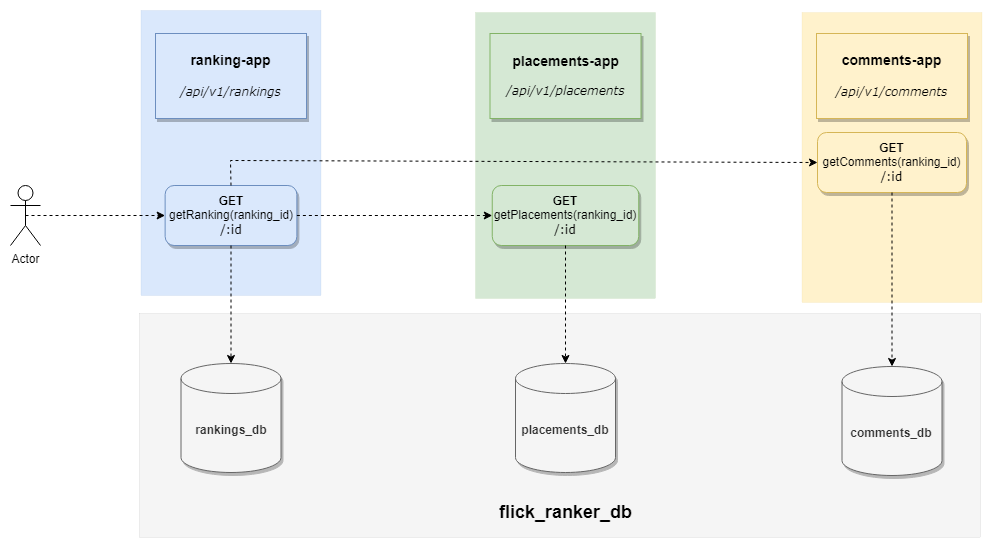
Before: docs/retrieving-ranking-diagram.png, a diagram exported from draw.io (lukaszmichalik/flick-ranker). Source tidied: cells renumbered, new cells last; positions are measured from the earlier drawing's top-left corner, leaving out a move shared by most shapes.
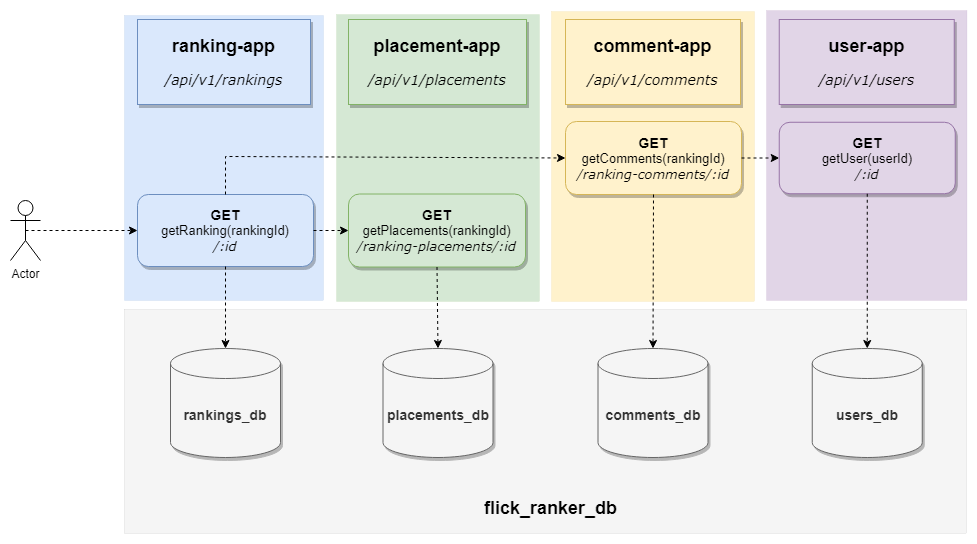
The same file after the commit.

The edit, as a diff of the source:
```diff
@@ -2,61 +2,79 @@
   <root>
     <mxCell id="0" />
     <mxCell id="1" parent="0" />
+    <mxCell id="23" style="rounded=0;whiteSpace=wrap;html=1;fillColor=#e1d5e7;strokeColor=#9673a6;strokeWidth=0;" parent="1" vertex="1">
+      <mxGeometry x="771" y="4" width="200.5" height="290" as="geometry" />
+    </mxCell>
     <mxCell id="2" style="rounded=0;whiteSpace=wrap;html=1;fillColor=#f5f5f5;strokeColor=#666666;strokeWidth=0;fontColor=#333333;" parent="1" vertex="1">
-      <mxGeometry x="129" y="303" width="841" height="224" as="geometry" />
+      <mxGeometry x="129" y="303" width="842" height="224" as="geometry" />
     </mxCell>
     <mxCell id="3" style="rounded=0;whiteSpace=wrap;html=1;fillColor=#fff2cc;strokeColor=#d6b656;strokeWidth=0;" parent="1" vertex="1">
-      <mxGeometry x="791.5" y="2" width="180" height="290" as="geometry" />
+      <mxGeometry x="556" y="5" width="203" height="290" as="geometry" />
     </mxCell>
     <mxCell id="4" style="rounded=0;whiteSpace=wrap;html=1;fillColor=#d5e8d4;strokeColor=#82b366;strokeWidth=0;" parent="1" vertex="1">
-      <mxGeometry x="465" y="2" width="180" height="286" as="geometry" />
+      <mxGeometry x="341" y="8" width="203" height="287" as="geometry" />
     </mxCell>
     <mxCell id="5" style="rounded=0;whiteSpace=wrap;html=1;fillColor=#dae8fc;strokeColor=#6c8ebf;strokeWidth=0;" parent="1" vertex="1">
-      <mxGeometry x="130.5" width="180" height="285" as="geometry" />
+      <mxGeometry x="129" y="9" width="199" height="285" as="geometry" />
     </mxCell>
-    <mxCell id="6" value="&lt;font style=&quot;&quot;&gt;&lt;font style=&quot;font-size: 14px;&quot;&gt;&lt;b&gt;ranking-app&lt;br&gt;&lt;/b&gt;&lt;br&gt;&lt;/font&gt;&lt;font face=&quot;Verdana&quot; style=&quot;font-size: 12px;&quot;&gt;&lt;i&gt;/api/v1/rankings&lt;/i&gt;&lt;/font&gt;&lt;br&gt;&lt;/font&gt;" style="rounded=0;whiteSpace=wrap;html=1;fillColor=#dae8fc;shadow=1;glass=0;strokeColor=#6c8ebf;" parent="1" vertex="1">
-      <mxGeometry x="145" y="23" width="151" height="85" as="geometry" />
+    <mxCell id="6" value="&lt;font style=&quot;&quot;&gt;&lt;font style=&quot;&quot;&gt;&lt;b style=&quot;&quot;&gt;&lt;font style=&quot;font-size: 18px;&quot;&gt;ranking-app&lt;/font&gt;&lt;br&gt;&lt;/b&gt;&lt;br&gt;&lt;/font&gt;&lt;font face=&quot;Verdana&quot; style=&quot;font-size: 14px;&quot;&gt;&lt;i style=&quot;&quot;&gt;/api/v1/rankings&lt;/i&gt;&lt;/font&gt;&lt;br&gt;&lt;/font&gt;" style="rounded=0;whiteSpace=wrap;html=1;fillColor=#dae8fc;shadow=1;glass=0;strokeColor=#6c8ebf;" parent="1" vertex="1">
+      <mxGeometry x="142" y="13" width="173" height="85" as="geometry" />
     </mxCell>
-    <mxCell id="7" value="&lt;b&gt;GET&lt;br&gt;&lt;/b&gt;getRanking(ranking_id)&lt;br&gt;&lt;font face=&quot;Verdana&quot;&gt;/:id&lt;/font&gt;" style="rounded=1;whiteSpace=wrap;html=1;shadow=1;fillColor=#dae8fc;strokeColor=#6c8ebf;" parent="1" vertex="1">
-      <mxGeometry x="154.6" y="175" width="131.8" height="60" as="geometry" />
+    <mxCell id="7" value="&lt;font style=&quot;&quot;&gt;&lt;b style=&quot;font-size: 14px;&quot;&gt;GET&lt;br&gt;&lt;/b&gt;&lt;font style=&quot;font-size: 13px;&quot;&gt;getRanking(rankingId)&lt;br&gt;&lt;font style=&quot;&quot; face=&quot;Verdana&quot;&gt;&lt;i style=&quot;&quot;&gt;/:id&lt;/i&gt;&lt;/font&gt;&lt;/font&gt;&lt;/font&gt;" style="rounded=1;whiteSpace=wrap;html=1;shadow=1;fillColor=#dae8fc;strokeColor=#6c8ebf;" parent="1" vertex="1">
+      <mxGeometry x="142" y="188" width="176" height="72" as="geometry" />
     </mxCell>
-    <mxCell id="8" value="&lt;font style=&quot;&quot;&gt;&lt;font style=&quot;&quot;&gt;&lt;font style=&quot;font-size: 14px;&quot;&gt;&lt;b&gt;placements&lt;/b&gt;&lt;b style=&quot;&quot;&gt;-app&lt;/b&gt;&lt;/font&gt;&lt;br&gt;&lt;br&gt;&lt;/font&gt;&lt;font face=&quot;Verdana&quot; style=&quot;font-size: 12px;&quot;&gt;&lt;i&gt;/api/v1/placements&lt;/i&gt;&lt;/font&gt;&lt;br&gt;&lt;/font&gt;" style="rounded=0;whiteSpace=wrap;html=1;fillColor=#d5e8d4;shadow=1;glass=0;strokeColor=#82b366;" parent="1" vertex="1">
-      <mxGeometry x="479.5" y="23" width="151" height="85" as="geometry" />
+    <mxCell id="8" value="&lt;font style=&quot;&quot;&gt;&lt;font style=&quot;&quot;&gt;&lt;font style=&quot;font-size: 18px;&quot;&gt;&lt;b style=&quot;&quot;&gt;placement&lt;/b&gt;&lt;b style=&quot;&quot;&gt;-app&lt;/b&gt;&lt;/font&gt;&lt;br&gt;&lt;br&gt;&lt;/font&gt;&lt;font face=&quot;Verdana&quot; style=&quot;font-size: 14px;&quot;&gt;&lt;i style=&quot;&quot;&gt;/api/v1/placements&lt;/i&gt;&lt;/font&gt;&lt;br&gt;&lt;/font&gt;" style="rounded=0;whiteSpace=wrap;html=1;fillColor=#d5e8d4;shadow=1;glass=0;strokeColor=#82b366;" parent="1" vertex="1">
+      <mxGeometry x="353" y="13" width="178" height="85" as="geometry" />
     </mxCell>
-    <mxCell id="9" value="&lt;b&gt;GET&lt;br&gt;&lt;/b&gt;getPlacements(ranking_id)&lt;br&gt;&lt;font face=&quot;Verdana&quot;&gt;/:id&lt;/font&gt;" style="rounded=1;whiteSpace=wrap;html=1;shadow=1;fillColor=#d5e8d4;strokeColor=#82b366;" parent="1" vertex="1">
-      <mxGeometry x="481.8" y="175" width="146.5" height="60" as="geometry" />
+    <mxCell id="9" value="&lt;font style=&quot;&quot;&gt;&lt;b style=&quot;font-size: 14px;&quot;&gt;GET&lt;br&gt;&lt;/b&gt;&lt;font style=&quot;font-size: 13px;&quot;&gt;getPlacements(rankingId)&lt;br&gt;&lt;font style=&quot;&quot; face=&quot;Verdana&quot;&gt;&lt;i style=&quot;&quot;&gt;/ranking-placements/:id&lt;/i&gt;&lt;/font&gt;&lt;/font&gt;&lt;/font&gt;" style="rounded=1;whiteSpace=wrap;html=1;shadow=1;fillColor=#d5e8d4;strokeColor=#82b366;" parent="1" vertex="1">
+      <mxGeometry x="353" y="187.5" width="177" height="73" as="geometry" />
     </mxCell>
     <mxCell id="10" style="endArrow=classic;html=1;rounded=0;exitX=1;exitY=0.5;exitDx=0;exitDy=0;entryX=0;entryY=0.5;entryDx=0;entryDy=0;dashed=1;" parent="1" edge="1" source="7" target="9">
       <mxGeometry relative="1" as="geometry" />
     </mxCell>
-    <mxCell id="11" value="&lt;font style=&quot;&quot;&gt;&lt;font style=&quot;font-size: 14px;&quot;&gt;&lt;b&gt;comments-app&lt;br&gt;&lt;/b&gt;&lt;br&gt;&lt;/font&gt;&lt;font face=&quot;Verdana&quot; style=&quot;font-size: 12px;&quot;&gt;&lt;i&gt;/api/v1/comments&lt;/i&gt;&lt;/font&gt;&lt;br&gt;&lt;/font&gt;" style="rounded=0;whiteSpace=wrap;html=1;fillColor=#fff2cc;shadow=1;glass=0;strokeColor=#d6b656;" parent="1" vertex="1">
-      <mxGeometry x="806" y="23" width="151" height="85" as="geometry" />
+    <mxCell id="11" value="&lt;font style=&quot;&quot;&gt;&lt;font style=&quot;&quot;&gt;&lt;b style=&quot;&quot;&gt;&lt;font style=&quot;font-size: 18px;&quot;&gt;comment-app&lt;/font&gt;&lt;br&gt;&lt;/b&gt;&lt;br&gt;&lt;/font&gt;&lt;font face=&quot;Verdana&quot; style=&quot;font-size: 14px;&quot;&gt;&lt;i style=&quot;&quot;&gt;/api/v1/comments&lt;/i&gt;&lt;/font&gt;&lt;br&gt;&lt;/font&gt;" style="rounded=0;whiteSpace=wrap;html=1;fillColor=#fff2cc;shadow=1;glass=0;strokeColor=#d6b656;" parent="1" vertex="1">
+      <mxGeometry x="570" y="13" width="175" height="85" as="geometry" />
     </mxCell>
-    <mxCell id="12" value="&lt;b&gt;GET&lt;br&gt;&lt;/b&gt;getComments(ranking_id)&lt;br&gt;&lt;font face=&quot;Verdana&quot;&gt;/:id&lt;/font&gt;" style="rounded=1;whiteSpace=wrap;html=1;shadow=1;fillColor=#fff2cc;strokeColor=#d6b656;" parent="1" vertex="1">
-      <mxGeometry x="807" y="122" width="149" height="60" as="geometry" />
+    <mxCell id="12" value="&lt;font style=&quot;&quot;&gt;&lt;b style=&quot;font-size: 14px;&quot;&gt;GET&lt;br&gt;&lt;/b&gt;&lt;font style=&quot;font-size: 13px;&quot;&gt;getComments(rankingId)&lt;br&gt;&lt;font style=&quot;&quot; face=&quot;Verdana&quot;&gt;&lt;i style=&quot;&quot;&gt;/ranking-comments/:id&lt;/i&gt;&lt;/font&gt;&lt;/font&gt;&lt;/font&gt;" style="rounded=1;whiteSpace=wrap;html=1;shadow=1;fillColor=#fff2cc;strokeColor=#d6b656;" parent="1" vertex="1">
+      <mxGeometry x="570" y="115" width="176" height="73" as="geometry" />
     </mxCell>
     <mxCell id="13" style="endArrow=classic;html=1;rounded=0;exitX=0.5;exitY=0;exitDx=0;exitDy=0;entryX=0;entryY=0.5;entryDx=0;entryDy=0;dashed=1;" parent="1" edge="1" source="7" target="12">
       <mxGeometry relative="1" as="geometry">
         <Array as="points">
-          <mxPoint x="220" y="150" />
+          <mxPoint x="230" y="150" />
         </Array>
       </mxGeometry>
     </mxCell>
     <mxCell id="14" value="Actor" style="shape=umlActor;verticalLabelPosition=bottom;verticalAlign=top;html=1;outlineConnect=0;" parent="1" vertex="1">
-      <mxGeometry y="175" width="30" height="60" as="geometry" />
+      <mxGeometry x="15" y="194" width="30" height="60" as="geometry" />
     </mxCell>
     <mxCell id="15" style="endArrow=classic;html=1;rounded=0;exitX=0.5;exitY=0.5;exitDx=0;exitDy=0;dashed=1;exitPerimeter=0;" parent="1" edge="1" source="14" target="7">
       <mxGeometry relative="1" as="geometry" />
     </mxCell>
+    <mxCell id="17" value="&lt;b&gt;&lt;font style=&quot;font-size: 14px;&quot;&gt;placements_db&lt;/font&gt;&lt;/b&gt;" style="shape=cylinder3;whiteSpace=wrap;html=1;boundedLbl=1;backgroundOutline=1;size=15;shadow=1;fillColor=#f5f5f5;fontColor=#333333;strokeColor=#666666;" parent="1" vertex="1">
+      <mxGeometry x="387.5" y="342" width="110" height="109" as="geometry" />
+    </mxCell>
+    <mxCell id="22" value="&lt;b&gt;&lt;font style=&quot;font-size: 18px;&quot;&gt;flick_ranker_db&lt;/font&gt;&lt;/b&gt;" style="text;html=1;align=center;verticalAlign=middle;strokeColor=none;fillColor=none;" parent="1" vertex="1">
+      <mxGeometry x="479.5" y="485" width="151" height="34" as="geometry" />
+    </mxCell>
+    <mxCell id="24" value="&lt;font style=&quot;&quot;&gt;&lt;font style=&quot;&quot;&gt;&lt;font style=&quot;&quot;&gt;&lt;b style=&quot;&quot;&gt;&lt;font style=&quot;font-size: 18px;&quot;&gt;user-app&lt;br&gt;&lt;/font&gt;&lt;/b&gt;&lt;br&gt;&lt;/font&gt;&lt;font face=&quot;Verdana&quot; style=&quot;font-size: 14px;&quot;&gt;&lt;i style=&quot;&quot;&gt;/api/v1/users&lt;/i&gt;&lt;/font&gt;&lt;/font&gt;&lt;br&gt;&lt;/font&gt;" style="rounded=0;whiteSpace=wrap;html=1;fillColor=#e1d5e7;shadow=1;glass=0;strokeColor=#9673a6;" parent="1" vertex="1">
+      <mxGeometry x="783.8" y="13" width="175" height="85" as="geometry" />
+    </mxCell>
+    <mxCell id="25" value="&lt;font style=&quot;&quot;&gt;&lt;b style=&quot;font-size: 14px;&quot;&gt;GET&lt;br&gt;&lt;/b&gt;&lt;font style=&quot;font-size: 13px;&quot;&gt;getUser(userId)&lt;br&gt;&lt;font style=&quot;&quot; face=&quot;Verdana&quot;&gt;&lt;i style=&quot;&quot;&gt;/:id&lt;/i&gt;&lt;/font&gt;&lt;/font&gt;&lt;/font&gt;" style="rounded=1;whiteSpace=wrap;html=1;shadow=1;fillColor=#e1d5e7;strokeColor=#9673a6;" parent="1" vertex="1">
+      <mxGeometry x="783.8" y="115.8" width="176" height="71.5" as="geometry" />
+    </mxCell>
+    <mxCell id="26" style="endArrow=classic;html=1;rounded=0;exitX=1;exitY=0.5;exitDx=0;exitDy=0;entryX=0;entryY=0.5;entryDx=0;entryDy=0;dashed=1;" parent="1" edge="1" source="12" target="25">
+      <mxGeometry relative="1" as="geometry" />
+    </mxCell>
+    <mxCell id="18" value="&lt;b&gt;&lt;font style=&quot;font-size: 14px;&quot;&gt;comments_db&lt;/font&gt;&lt;/b&gt;" style="shape=cylinder3;whiteSpace=wrap;html=1;boundedLbl=1;backgroundOutline=1;size=15;shadow=1;fillColor=#f5f5f5;fontColor=#333333;strokeColor=#666666;" parent="1" vertex="1">
+      <mxGeometry x="602.5" y="342" width="110" height="109" as="geometry" />
+    </mxCell>
+    <mxCell id="27" value="&lt;b&gt;&lt;font style=&quot;font-size: 14px;&quot;&gt;users_db&lt;/font&gt;&lt;/b&gt;" style="shape=cylinder3;whiteSpace=wrap;html=1;boundedLbl=1;backgroundOutline=1;size=15;shadow=1;fillColor=#f5f5f5;fontColor=#333333;strokeColor=#666666;" parent="1" vertex="1">
+      <mxGeometry x="816.8" y="342" width="110" height="109" as="geometry" />
+    </mxCell>
-    <mxCell id="16" value="&lt;b&gt;rankings_db&lt;/b&gt;" style="shape=cylinder3;whiteSpace=wrap;html=1;boundedLbl=1;backgroundOutline=1;size=15;fillColor=#f5f5f5;fontColor=#333333;strokeColor=#666666;shadow=1;" parent="1" vertex="1">
-      <mxGeometry x="170.5" y="353" width="100" height="109" as="geometry" />
+    <mxCell id="16" value="&lt;b&gt;&lt;font style=&quot;font-size: 14px;&quot;&gt;rankings_db&lt;/font&gt;&lt;/b&gt;" style="shape=cylinder3;whiteSpace=wrap;html=1;boundedLbl=1;backgroundOutline=1;size=15;shadow=1;fillColor=#f5f5f5;fontColor=#333333;strokeColor=#666666;" parent="1" vertex="1">
+      <mxGeometry x="175" y="342" width="110" height="109" as="geometry" />
     </mxCell>
-    <mxCell id="17" value="&lt;b&gt;placements_db&lt;/b&gt;" style="shape=cylinder3;whiteSpace=wrap;html=1;boundedLbl=1;backgroundOutline=1;size=15;shadow=1;fillColor=#f5f5f5;fontColor=#333333;strokeColor=#666666;" parent="1" vertex="1">
-      <mxGeometry x="505" y="353" width="100" height="109" as="geometry" />
-    </mxCell>
-    <mxCell id="18" value="&lt;b&gt;comments_db&lt;/b&gt;" style="shape=cylinder3;whiteSpace=wrap;html=1;boundedLbl=1;backgroundOutline=1;size=15;shadow=1;fillColor=#f5f5f5;fontColor=#333333;strokeColor=#666666;" parent="1" vertex="1">
-      <mxGeometry x="831.5" y="356" width="100" height="109" as="geometry" />
-    </mxCell>
     <mxCell id="19" style="endArrow=classic;html=1;rounded=0;exitX=0.5;exitY=1;exitDx=0;exitDy=0;dashed=1;entryX=0.5;entryY=0;entryDx=0;entryDy=0;entryPerimeter=0;" parent="1" edge="1" source="7" target="16">
       <mxGeometry relative="1" as="geometry" />
     </mxCell>
@@ -66,8 +84,8 @@
     <mxCell id="21" style="endArrow=classic;html=1;rounded=0;exitX=0.5;exitY=1;exitDx=0;exitDy=0;dashed=1;entryX=0.5;entryY=0;entryDx=0;entryDy=0;entryPerimeter=0;" parent="1" edge="1" source="12" target="18">
       <mxGeometry relative="1" as="geometry" />
     </mxCell>
-    <mxCell id="22" value="&lt;b&gt;&lt;font style=&quot;font-size: 18px;&quot;&gt;flick_ranker_db&lt;/font&gt;&lt;/b&gt;" style="text;html=1;align=center;verticalAlign=middle;strokeColor=none;fillColor=none;" parent="1" vertex="1">
-      <mxGeometry x="479.5" y="485" width="151" height="34" as="geometry" />
-    </mxCell>
+    <mxCell id="28" style="endArrow=classic;html=1;rounded=0;exitX=0.5;exitY=1;exitDx=0;exitDy=0;dashed=1;entryX=0.5;entryY=0;entryDx=0;entryDy=0;entryPerimeter=0;" parent="1" edge="1" source="25" target="27">
+      <mxGeometry relative="1" as="geometry" />
+    </mxCell>
   </root>
 </mxGraphModel>
```
